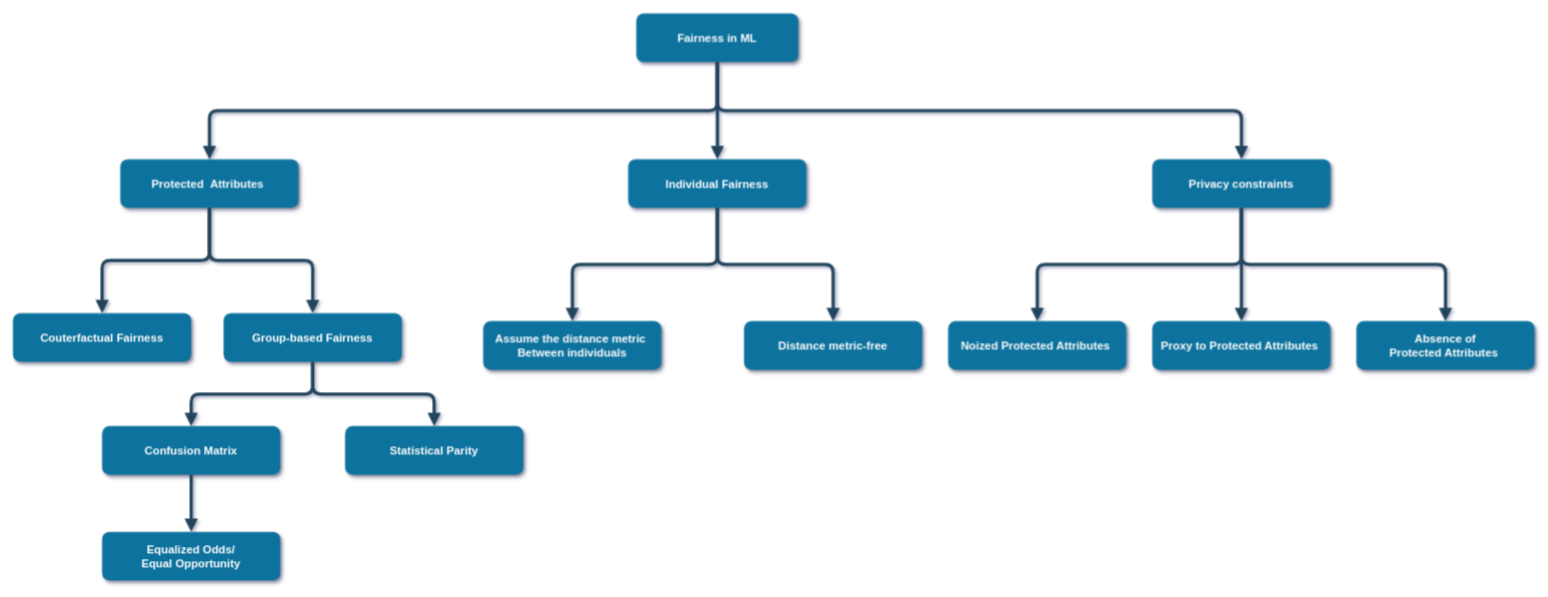
Before: Fairness taxonomy.drawio in patrikken/my-graphics, a draw.io diagram. Source tidied: cells renumbered, new cells numbered last; positions are measured from the earlier drawing's top-left corner, leaving out a move shared by most shapes. Both pictures are drawn from the tidied source at 81%, with x=0, y=0 at pixel (13, 13).
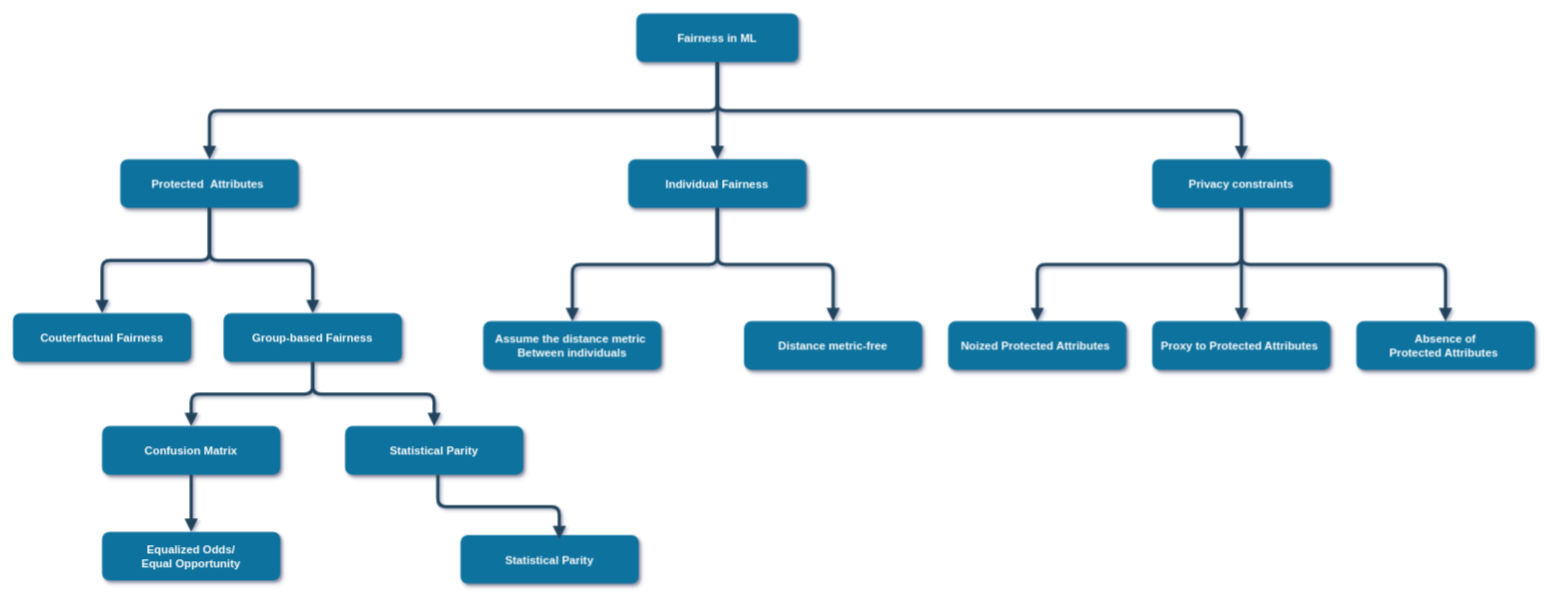
Above is the later version.

What changed in the source:
```diff
@@
+    <mxCell id="29" value="Statistical Parity" style="rounded=1;fillColor=#10739E;strokeColor=none;shadow=1;gradientColor=none;fontStyle=1;fontColor=#FFFFFF;fontSize=14;" parent="1" vertex="1">
+      <mxGeometry x="552" y="644" width="220" height="60" as="geometry" />
+    </mxCell>
+    <mxCell id="30" style="edgeStyle=elbowEdgeStyle;elbow=vertical;strokeWidth=4;endArrow=block;endFill=1;fontStyle=1;strokeColor=#23445D;exitX=0.5;exitY=1;exitDx=0;exitDy=0;" parent="1" edge="1">
+      <mxGeometry x="314" y="646.5" as="geometry">
+        <mxPoint x="524" y="569.5" as="sourcePoint" />
+        <mxPoint x="674" y="649" as="targetPoint" />
+      </mxGeometry>
+    </mxCell>
```
